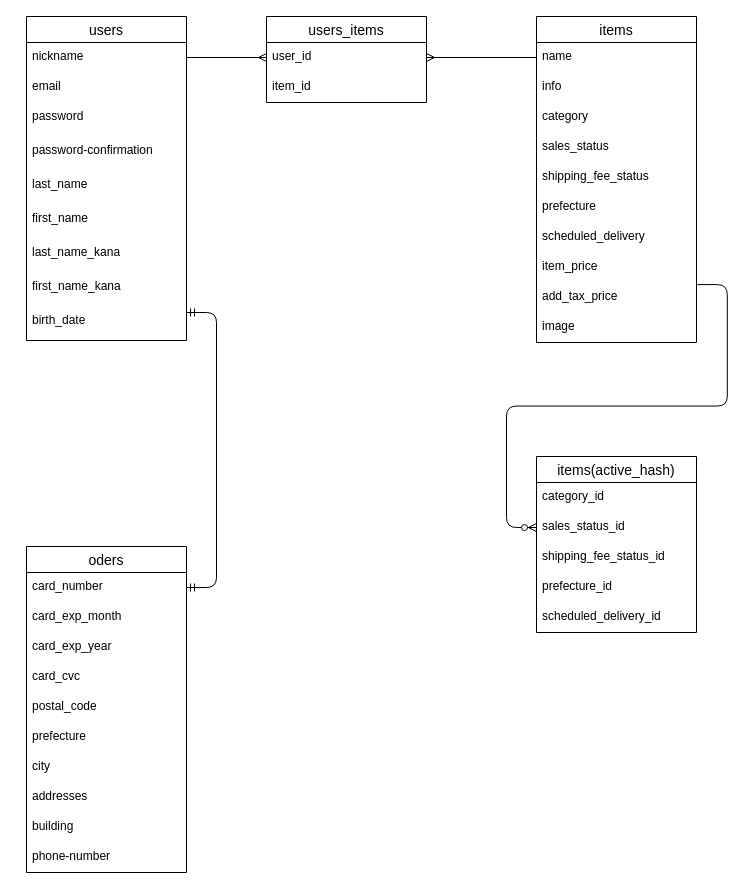
takehiyuu/furima-34019 keeps this draw.io diagram as er.dio. Above is the earlier version. Source tidied: cells renumbered, new cells numbered last; positions are measured from the earlier drawing's top-left corner, leaving out a move shared by most shapes. Both pictures are drawn from the tidied source at 100%, with x=0, y=0 at pixel (26, 16).
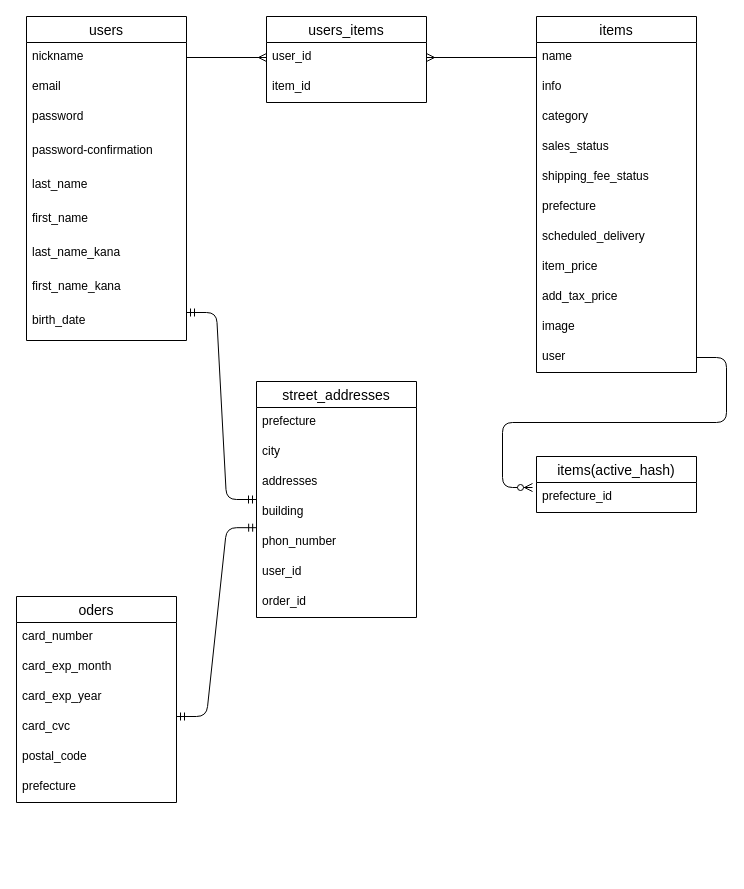
The same page after the edit.

Commit message (it also covers changes not shown here):
ER図及びREDMI修正2

Unchanged cells that the change refers to:
```xml
<mxCell id="21" value="add_tax_price" style="text;strokeColor=none;fillColor=none;spacingLeft=4;spacingRight=4;overflow=hidden;points=[[0,0.5],[1,0.5]];portConstraint=eastwest;fontSize=12;" parent="12" vertex="1">
  <mxGeometry y="266" width="160" height="30" as="geometry" />
</mxCell>
<mxCell id="27" value="card_number" style="text;strokeColor=none;fillColor=none;spacingLeft=4;spacingRight=4;overflow=hidden;points=[[0,0.5],[1,0.5]];portConstraint=eastwest;fontSize=12;" parent="26" vertex="1">
  <mxGeometry y="26" width="160" height="30" as="geometry" />
</mxCell>
```

Change to the diagram source:
```diff
@@
     <mxCell id="12" value="items" style="swimlane;fontStyle=0;horizontal=1;startSize=26;align=center;fontSize=14;" parent="1" vertex="1">
-      <mxGeometry x="510" width="160" height="326" as="geometry" />
+      <mxGeometry x="510" width="160" height="356" as="geometry" />
     </mxCell>
@@
+    <mxCell id="47" value="user" style="text;strokeColor=none;fillColor=none;spacingLeft=4;spacingRight=4;overflow=hidden;points=[[0,0.5],[1,0.5]];portConstraint=eastwest;fontSize=12;" parent="12" vertex="1">
+      <mxGeometry y="326" width="160" height="30" as="geometry" />
+    </mxCell>
@@
     <mxCell id="26" value="oders" style="swimlane;fontStyle=0;horizontal=1;startSize=26;align=center;fontSize=14;" parent="1" vertex="1">
-      <mxGeometry y="530" width="160" height="326" as="geometry" />
+      <mxGeometry x="-10" y="580" width="160" height="206" as="geometry" />
     </mxCell>
@@
-    <mxCell id="33" value="city" style="text;strokeColor=none;fillColor=none;spacingLeft=4;spacingRight=4;overflow=hidden;fontSize=12;" parent="26" vertex="1">
-      <mxGeometry y="206" width="160" height="30" as="geometry" />
-    </mxCell>
-    <mxCell id="34" value="addresses" style="text;strokeColor=none;fillColor=none;spacingLeft=4;spacingRight=4;overflow=hidden;fontSize=12;" parent="26" vertex="1">
-      <mxGeometry y="236" width="160" height="30" as="geometry" />
-    </mxCell>
-    <mxCell id="35" value="building" style="text;strokeColor=none;fillColor=none;spacingLeft=4;spacingRight=4;overflow=hidden;points=[[0,0.5],[1,0.5]];portConstraint=eastwest;fontSize=12;" parent="26" vertex="1">
-      <mxGeometry y="266" width="160" height="30" as="geometry" />
-    </mxCell>
-    <mxCell id="36" value="phone-number" style="text;strokeColor=none;fillColor=none;spacingLeft=4;spacingRight=4;overflow=hidden;fontSize=12;" parent="26" vertex="1">
-      <mxGeometry y="296" width="160" height="30" as="geometry" />
-    </mxCell>
@@
-    <mxCell id="39" style="edgeStyle=entityRelationEdgeStyle;fontSize=12;html=1;endArrow=ERmandOne;startArrow=ERmandOne;entryX=1;entryY=0.5;entryDx=0;entryDy=0;" parent="1" edge="1" target="27">
+    <mxCell id="39" style="edgeStyle=entityRelationEdgeStyle;fontSize=12;html=1;endArrow=ERmandOne;startArrow=ERmandOne;" parent="1" edge="1" target="48">
       <mxGeometry relative="1" as="geometry">
         <mxPoint x="160" y="296" as="sourcePoint" />
       </mxGeometry>
     </mxCell>
     <mxCell id="40" value="items(active_hash)" style="swimlane;fontStyle=0;horizontal=1;startSize=26;align=center;fontSize=14;" parent="1" vertex="1">
-      <mxGeometry x="510" y="440" width="160" height="176" as="geometry" />
+      <mxGeometry x="510" y="440" width="160" height="56" as="geometry" />
     </mxCell>
-    <mxCell id="41" value="category_id" style="text;strokeColor=none;fillColor=none;spacingLeft=4;spacingRight=4;overflow=hidden;fontSize=12;" parent="40" vertex="1">
-      <mxGeometry y="26" width="160" height="30" as="geometry" />
-    </mxCell>
-    <mxCell id="42" value="sales_status_id" style="text;strokeColor=none;fillColor=none;spacingLeft=4;spacingRight=4;overflow=hidden;fontSize=12;" parent="40" vertex="1">
-      <mxGeometry y="56" width="160" height="30" as="geometry" />
-    </mxCell>
-    <mxCell id="43" value="shipping_fee_status_id" style="text;strokeColor=none;fillColor=none;spacingLeft=4;spacingRight=4;overflow=hidden;fontSize=12;" parent="40" vertex="1">
-      <mxGeometry y="86" width="160" height="30" as="geometry" />
-    </mxCell>
     <mxCell id="44" value="prefecture_id" style="text;strokeColor=none;fillColor=none;spacingLeft=4;spacingRight=4;overflow=hidden;fontSize=12;" parent="40" vertex="1">
-      <mxGeometry y="116" width="160" height="30" as="geometry" />
+      <mxGeometry y="26" width="160" height="30" as="geometry" />
     </mxCell>
-    <mxCell id="45" value="scheduled_delivery_id" style="text;strokeColor=none;fillColor=none;spacingLeft=4;spacingRight=4;overflow=hidden;fontSize=12;" parent="40" vertex="1">
-      <mxGeometry y="146" width="160" height="30" as="geometry" />
-    </mxCell>
-    <mxCell id="46" style="edgeStyle=entityRelationEdgeStyle;fontSize=12;html=1;endArrow=ERzeroToMany;endFill=1;exitX=1.005;exitY=0.07;exitDx=0;exitDy=0;exitPerimeter=0;" parent="1" edge="1" source="21">
+    <mxCell id="46" style="edgeStyle=entityRelationEdgeStyle;fontSize=12;html=1;endArrow=ERzeroToMany;endFill=1;exitX=1;exitY=0.5;exitDx=0;exitDy=0;" parent="1" edge="1" source="47">
       <mxGeometry relative="1" as="geometry">
-        <mxPoint x="510" y="511" as="targetPoint" />
+        <mxPoint x="506" y="471" as="targetPoint" />
       </mxGeometry>
     </mxCell>
+    <mxCell id="48" value="street_addresses" style="swimlane;fontStyle=0;horizontal=1;startSize=26;align=center;fontSize=14;" parent="1" vertex="1">
+      <mxGeometry x="230" y="365" width="160" height="236" as="geometry" />
+    </mxCell>
+    <mxCell id="49" value="prefecture" style="text;strokeColor=none;fillColor=none;spacingLeft=4;spacingRight=4;overflow=hidden;fontSize=12;" parent="48" vertex="1">
+      <mxGeometry y="26" width="160" height="30" as="geometry" />
+    </mxCell>
+    <mxCell id="33" value="city" style="text;strokeColor=none;fillColor=none;spacingLeft=4;spacingRight=4;overflow=hidden;fontSize=12;" parent="48" vertex="1">
+      <mxGeometry y="56" width="160" height="30" as="geometry" />
+    </mxCell>
+    <mxCell id="34" value="addresses" style="text;strokeColor=none;fillColor=none;spacingLeft=4;spacingRight=4;overflow=hidden;fontSize=12;" parent="48" vertex="1">
+      <mxGeometry y="86" width="160" height="30" as="geometry" />
+    </mxCell>
+    <mxCell id="35" value="building" style="text;strokeColor=none;fillColor=none;spacingLeft=4;spacingRight=4;overflow=hidden;points=[[0,0.5],[1,0.5]];portConstraint=eastwest;fontSize=12;" parent="48" vertex="1">
+      <mxGeometry y="116" width="160" height="30" as="geometry" />
+    </mxCell>
+    <mxCell id="50" value="phon_number" style="text;strokeColor=none;fillColor=none;spacingLeft=4;spacingRight=4;overflow=hidden;fontSize=12;" parent="48" vertex="1">
+      <mxGeometry y="146" width="160" height="30" as="geometry" />
+    </mxCell>
+    <mxCell id="51" value="user_id" style="text;strokeColor=none;fillColor=none;spacingLeft=4;spacingRight=4;overflow=hidden;fontSize=12;" parent="48" vertex="1">
+      <mxGeometry y="176" width="160" height="30" as="geometry" />
+    </mxCell>
+    <mxCell id="52" value="order_id" style="text;strokeColor=none;fillColor=none;spacingLeft=4;spacingRight=4;overflow=hidden;fontSize=12;" parent="48" vertex="1">
+      <mxGeometry y="206" width="160" height="30" as="geometry" />
+    </mxCell>
+    <mxCell id="53" style="edgeStyle=entityRelationEdgeStyle;fontSize=12;html=1;endArrow=ERmandOne;startArrow=ERmandOne;entryX=0.001;entryY=1.006;entryDx=0;entryDy=0;entryPerimeter=0;" parent="1" edge="1" target="35">
+      <mxGeometry relative="1" as="geometry">
+        <mxPoint x="150" y="700" as="sourcePoint" />
+      </mxGeometry>
+    </mxCell>
```
